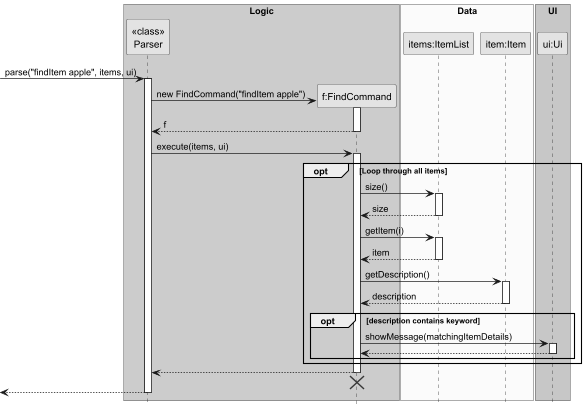
Earlier version of the PlantUML export docs/diagrams/FindSequenceDiagram.png (fmohamedfaras/tp).
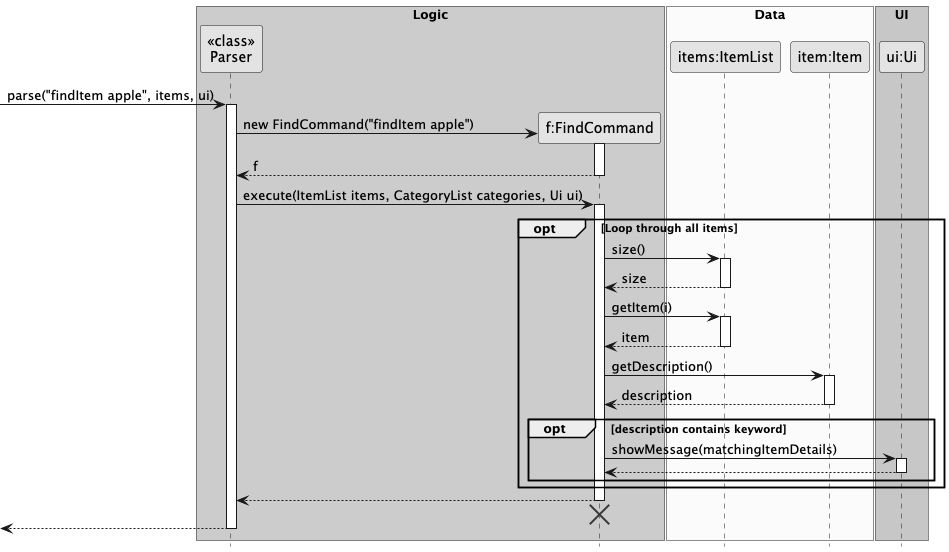
After the change.

Change to the diagram source:
```diff
@@ -27,7 +27,7 @@
 FindCommand --> Parser : f
 deactivate FindCommand
 
-Parser -> FindCommand : execute(items, ui)
+Parser -> FindCommand : execute(ItemList items, CategoryList categories, Ui ui)
 activate FindCommand
 
 opt Loop through all items
```
